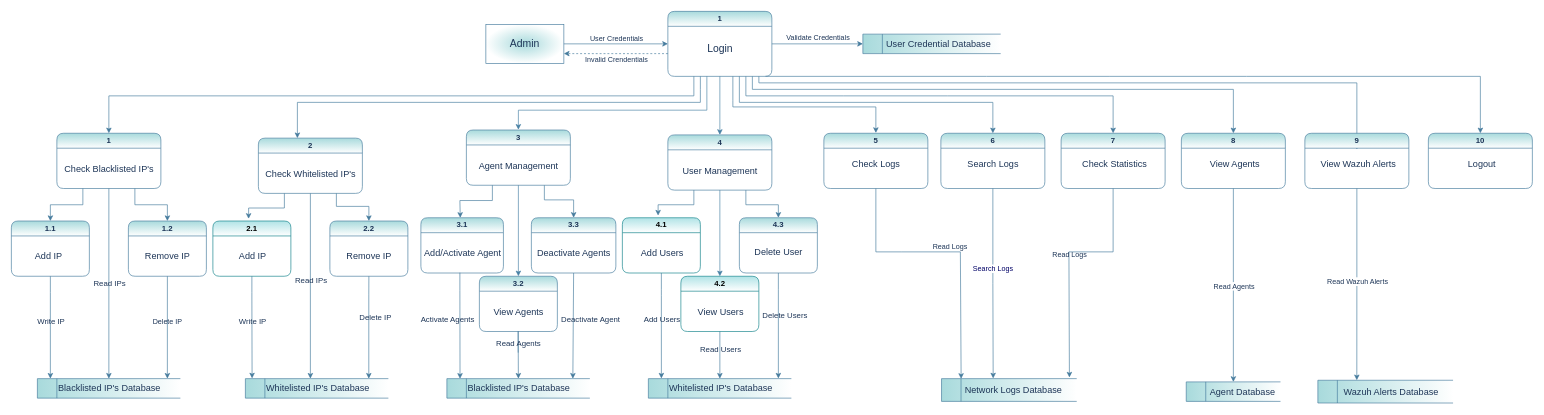
Above: Documentation/Diagrams/Admin DFD.drawio in 33073-umar/NeuraWall (draw.io), before the change. Source tidied: cells renumbered, new cells numbered last; positions are measured from the earlier drawing's top-left corner, leaving out a move shared by most shapes. Both pictures are drawn from the tidied source at 65%, with x=0, y=0 at pixel (11, 11).
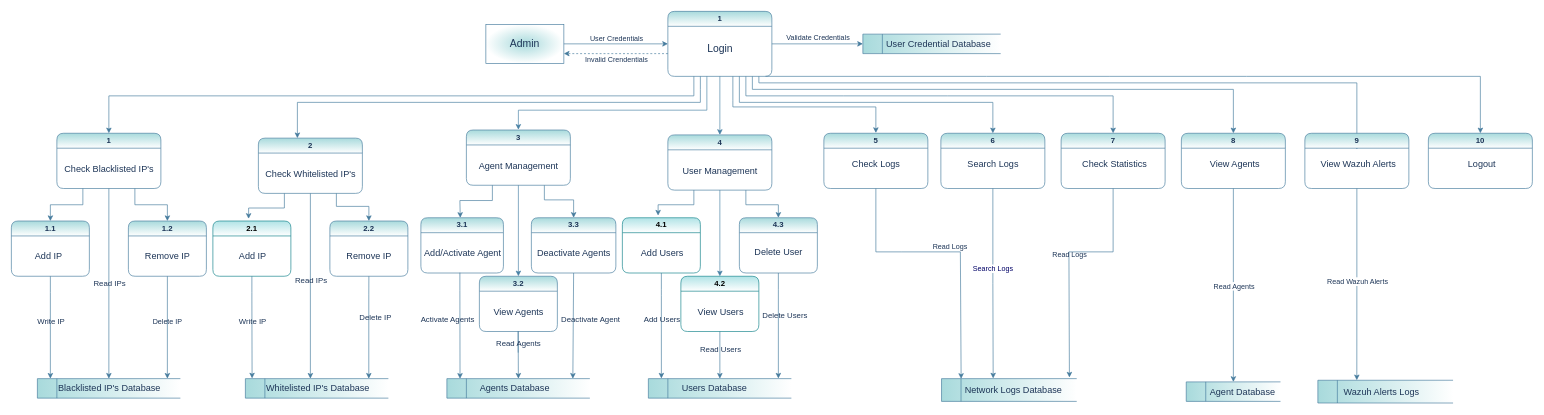
After the change.

The edit, as a diff of the source:
```diff
@@
-    <mxCell id="70" value="&lt;font style=&quot;font-size: 14px;&quot;&gt;&lt;span style=&quot;white-space: pre;&quot;&gt;&#9;&lt;/span&gt;&lt;span style=&quot;text-align: center; text-wrap-mode: nowrap;&quot;&gt;&amp;nbsp;Wazuh Alerts&lt;/span&gt;&amp;nbsp;Database&lt;/font&gt;" style="html=1;dashed=0;whiteSpace=wrap;shape=mxgraph.dfd.dataStoreID;align=left;spacingLeft=3;points=[[0,0],[0.5,0],[1,0],[0,0.5],[1,0.5],[0,1],[0.5,1],[1,1]];labelBackgroundColor=none;fillColor=#A8DADC;strokeColor=#457B9D;fontColor=#1D3557;gradientColor=#FFFFFF;gradientDirection=east;" parent="1" vertex="1">
+    <mxCell id="70" value="&lt;font style=&quot;font-size: 14px;&quot;&gt;&lt;span style=&quot;white-space: pre;&quot;&gt;&#9;&lt;/span&gt;&lt;span style=&quot;text-align: center; text-wrap-mode: nowrap;&quot;&gt;&amp;nbsp;Wazuh Alerts&lt;/span&gt;&amp;nbsp;Logs&amp;nbsp;&lt;/font&gt;" style="html=1;dashed=0;whiteSpace=wrap;shape=mxgraph.dfd.dataStoreID;align=left;spacingLeft=3;points=[[0,0],[0.5,0],[1,0],[0,0.5],[1,0.5],[0,1],[0.5,1],[1,1]];labelBackgroundColor=none;fillColor=#A8DADC;strokeColor=#457B9D;fontColor=#1D3557;gradientColor=#FFFFFF;gradientDirection=east;" parent="1" vertex="1">
       <mxGeometry x="2010" y="567.5" width="208" height="35" as="geometry" />
     </mxCell>
@@
-    <mxCell id="95" value="&lt;span style=&quot;font-size: 14px; text-align: center; text-wrap-mode: nowrap;&quot;&gt;&amp;nbsp; &amp;nbsp; &amp;nbsp; &amp;nbsp;Whitelisted IP's Database&lt;/span&gt;" style="html=1;dashed=0;whiteSpace=wrap;shape=mxgraph.dfd.dataStoreID;align=left;spacingLeft=3;points=[[0,0],[0.5,0],[1,0],[0,0.5],[1,0.5],[0,1],[0.5,1],[1,1]];labelBackgroundColor=none;fillColor=#A8DADC;strokeColor=#457B9D;fontColor=#1D3557;gradientColor=#FFFFFF;gradientDirection=east;" parent="1" vertex="1">
+    <mxCell id="95" value="&lt;span style=&quot;font-size: 14px; text-align: center; text-wrap-mode: nowrap;&quot;&gt;&amp;nbsp; &amp;nbsp; &amp;nbsp; &amp;nbsp; &amp;nbsp; &amp;nbsp; Users Database&lt;/span&gt;" style="html=1;dashed=0;whiteSpace=wrap;shape=mxgraph.dfd.dataStoreID;align=left;spacingLeft=3;points=[[0,0],[0.5,0],[1,0],[0,0.5],[1,0.5],[0,1],[0.5,1],[1,1]];labelBackgroundColor=none;fillColor=#A8DADC;strokeColor=#457B9D;fontColor=#1D3557;gradientColor=#FFFFFF;gradientDirection=east;" parent="1" vertex="1">
       <mxGeometry x="980" y="565" width="220" height="30" as="geometry" />
     </mxCell>
@@
-    <mxCell id="98" value="&lt;span style=&quot;font-size: 14px; text-align: center; text-wrap-mode: nowrap;&quot;&gt;&amp;nbsp; &amp;nbsp; &amp;nbsp; &amp;nbsp;Blacklisted IP's Database&lt;/span&gt;" style="html=1;dashed=0;whiteSpace=wrap;shape=mxgraph.dfd.dataStoreID;align=left;spacingLeft=3;points=[[0,0],[0.5,0],[1,0],[0,0.5],[1,0.5],[0,1],[0.5,1],[1,1]];labelBackgroundColor=none;fillColor=#A8DADC;strokeColor=#457B9D;fontColor=#1D3557;gradientColor=#FFFFFF;gradientDirection=east;" parent="1" vertex="1">
+    <mxCell id="98" value="&lt;span style=&quot;font-size: 14px; text-align: center; text-wrap-mode: nowrap;&quot;&gt;&amp;nbsp; &amp;nbsp; &amp;nbsp; &amp;nbsp; &amp;nbsp; &amp;nbsp; Agents Database&lt;/span&gt;" style="html=1;dashed=0;whiteSpace=wrap;shape=mxgraph.dfd.dataStoreID;align=left;spacingLeft=3;points=[[0,0],[0.5,0],[1,0],[0,0.5],[1,0.5],[0,1],[0.5,1],[1,1]];labelBackgroundColor=none;fillColor=#A8DADC;strokeColor=#457B9D;fontColor=#1D3557;gradientColor=#FFFFFF;gradientDirection=east;" parent="1" vertex="1">
       <mxGeometry x="670" y="565" width="220" height="30" as="geometry" />
     </mxCell>
```
